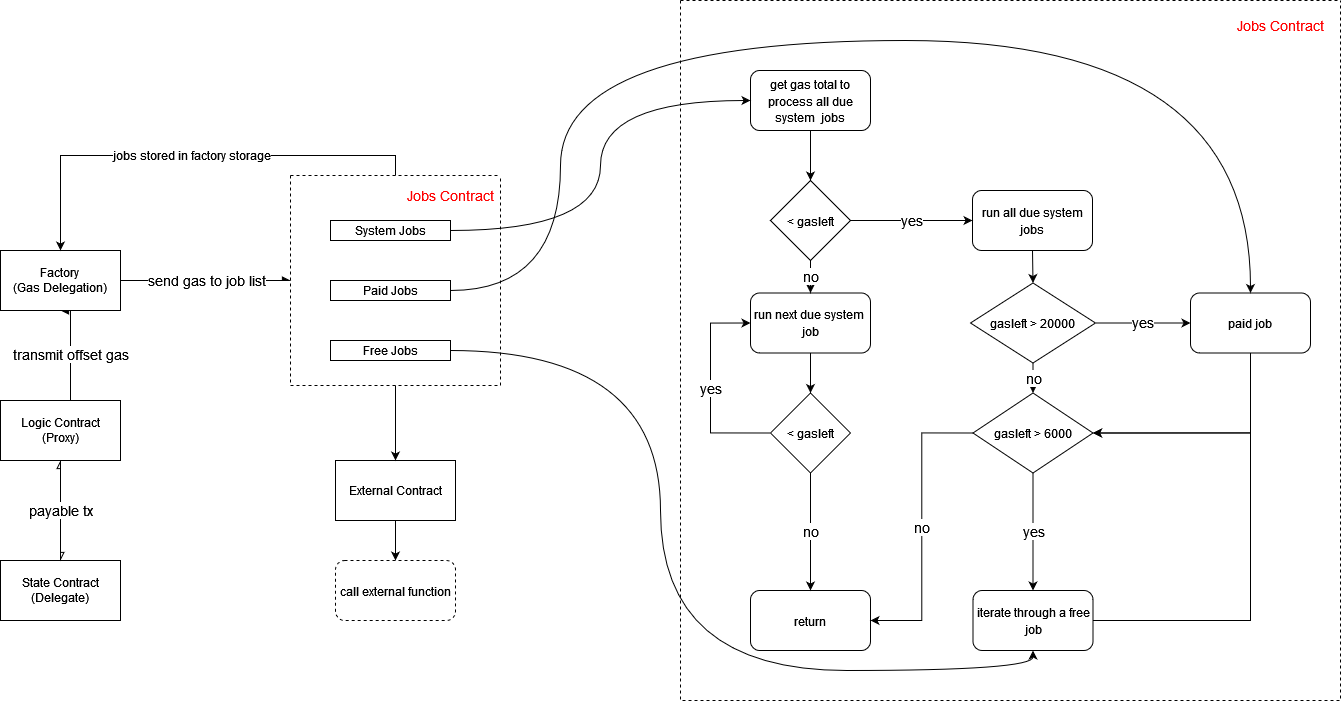
Above: projects/protocol/ll_demo/docs/Splice ISM.drawio.png in FudgyDRS/splice (draw.io), before the change. Source tidied: cells renumbered, new cells last; positions are measured from the earlier drawing's top-left corner, leaving out a move shared by most shapes. The source it was exported from:
```xml
<mxGraphModel>
  <root>
    <mxCell id="0" />
    <mxCell id="1" parent="0" />
    <mxCell id="2" style="swimlane;startSize=0;fontSize=14;fontColor=#000000;dashed=1;" parent="1" vertex="1">
      <mxGeometry x="680" width="660" height="700" as="geometry" />
    </mxCell>
    <mxCell id="3" value="&lt;font style=&quot;font-size: 12px;&quot;&gt;get gas total to process all due system&amp;nbsp; jobs&lt;/font&gt;" style="rounded=1;whiteSpace=wrap;html=1;fontSize=14;fontColor=#000000;" parent="2" vertex="1">
      <mxGeometry x="70" y="70" width="120" height="60" as="geometry" />
    </mxCell>
    <mxCell id="4" value="&lt;font style=&quot;font-size: 12px;&quot;&gt;&amp;lt; gasleft&lt;/font&gt;" style="rhombus;whiteSpace=wrap;html=1;fontSize=14;fontColor=#000000;" parent="2" vertex="1">
      <mxGeometry x="90" y="180" width="80" height="80" as="geometry" />
    </mxCell>
    <mxCell id="5" style="edgeStyle=orthogonalEdgeStyle;curved=1;rounded=0;sketch=0;jettySize=auto;html=1;exitX=0.5;exitY=1;exitDx=0;exitDy=0;entryX=0.5;entryY=0;entryDx=0;entryDy=0;fontSize=14;fontColor=#000000;endArrow=classic;endFill=1;" parent="2" edge="1" source="3" target="4">
      <mxGeometry relative="1" as="geometry" />
    </mxCell>
    <mxCell id="6" value="&lt;font style=&quot;font-size: 12px;&quot;&gt;run all due system jobs&lt;/font&gt;" style="rounded=1;whiteSpace=wrap;html=1;fontSize=14;fontColor=#000000;" parent="2" vertex="1">
      <mxGeometry x="292" y="190" width="120" height="60" as="geometry" />
    </mxCell>
    <mxCell id="7" value="yes" style="edgeStyle=orthogonalEdgeStyle;rounded=0;sketch=0;jettySize=auto;html=1;exitX=1;exitY=0.5;exitDx=0;exitDy=0;entryX=0;entryY=0.5;entryDx=0;entryDy=0;fontSize=14;fontColor=#000000;endArrow=classic;endFill=1;" parent="2" edge="1" source="4" target="6">
      <mxGeometry relative="1" as="geometry" />
    </mxCell>
    <mxCell id="8" value="&lt;font style=&quot;font-size: 12px;&quot;&gt;run next due system&amp;nbsp; job&lt;/font&gt;" style="rounded=1;whiteSpace=wrap;html=1;fontSize=14;fontColor=#000000;" parent="2" vertex="1">
      <mxGeometry x="70" y="292.5" width="120" height="60" as="geometry" />
    </mxCell>
    <mxCell id="9" value="no" style="edgeStyle=orthogonalEdgeStyle;rounded=0;sketch=0;jettySize=auto;html=1;exitX=0.5;exitY=1;exitDx=0;exitDy=0;entryX=0.5;entryY=0;entryDx=0;entryDy=0;fontSize=14;fontColor=#000000;endArrow=classic;endFill=1;" parent="2" edge="1" source="4" target="8">
      <mxGeometry relative="1" as="geometry" />
    </mxCell>
    <mxCell id="10" value="yes" style="edgeStyle=orthogonalEdgeStyle;rounded=0;sketch=0;jettySize=auto;html=1;exitX=0;exitY=0.5;exitDx=0;exitDy=0;entryX=0;entryY=0.5;entryDx=0;entryDy=0;fontSize=14;fontColor=#000000;endArrow=classic;endFill=1;" parent="2" edge="1" source="11" target="8">
      <mxGeometry relative="1" as="geometry">
        <Array as="points">
          <mxPoint x="30" y="432.5" />
          <mxPoint x="30" y="322.5" />
        </Array>
      </mxGeometry>
    </mxCell>
    <mxCell id="11" value="&lt;font style=&quot;font-size: 12px;&quot;&gt;&amp;lt; gasleft&lt;/font&gt;" style="rhombus;whiteSpace=wrap;html=1;fontSize=14;fontColor=#000000;" parent="2" vertex="1">
      <mxGeometry x="90" y="392.5" width="80" height="80" as="geometry" />
    </mxCell>
    <mxCell id="12" style="edgeStyle=orthogonalEdgeStyle;rounded=0;sketch=0;jettySize=auto;html=1;exitX=0.5;exitY=1;exitDx=0;exitDy=0;entryX=0.5;entryY=0;entryDx=0;entryDy=0;fontSize=14;fontColor=#000000;endArrow=classic;endFill=1;" parent="2" edge="1" source="8" target="11">
      <mxGeometry relative="1" as="geometry" />
    </mxCell>
    <mxCell id="13" value="&lt;font style=&quot;font-size: 12px;&quot;&gt;return&lt;/font&gt;" style="rounded=1;whiteSpace=wrap;html=1;fontSize=14;fontColor=#000000;" parent="2" vertex="1">
      <mxGeometry x="70" y="590" width="120" height="60" as="geometry" />
    </mxCell>
    <mxCell id="14" value="no" style="edgeStyle=orthogonalEdgeStyle;rounded=0;sketch=0;jettySize=auto;html=1;exitX=0.5;exitY=1;exitDx=0;exitDy=0;fontSize=14;fontColor=#000000;endArrow=classic;endFill=1;" parent="2" edge="1" source="11" target="13">
      <mxGeometry relative="1" as="geometry" />
    </mxCell>
    <mxCell id="15" value="&lt;font style=&quot;font-size: 12px;&quot;&gt;paid job&lt;/font&gt;" style="rounded=1;whiteSpace=wrap;html=1;fontSize=14;fontColor=#000000;" parent="2" vertex="1">
      <mxGeometry x="510" y="292.5" width="120" height="60" as="geometry" />
    </mxCell>
    <mxCell id="16" value="yes" style="edgeStyle=orthogonalEdgeStyle;rounded=0;sketch=0;jettySize=auto;html=1;exitX=1;exitY=0.5;exitDx=0;exitDy=0;entryX=0;entryY=0.5;entryDx=0;entryDy=0;fontSize=14;fontColor=#000000;endArrow=classic;endFill=1;" parent="2" edge="1" source="17" target="15">
      <mxGeometry relative="1" as="geometry" />
    </mxCell>
    <mxCell id="17" value="&lt;font style=&quot;font-size: 12px;&quot;&gt;gasleft &amp;gt; 20000&lt;/font&gt;" style="rhombus;whiteSpace=wrap;html=1;fontSize=14;fontColor=#000000;" parent="2" vertex="1">
      <mxGeometry x="290" y="282.5" width="125" height="80" as="geometry" />
    </mxCell>
    <mxCell id="18" style="edgeStyle=orthogonalEdgeStyle;rounded=0;sketch=0;jettySize=auto;html=1;exitX=0.5;exitY=1;exitDx=0;exitDy=0;entryX=0.5;entryY=0;entryDx=0;entryDy=0;fontSize=14;fontColor=#000000;endArrow=classic;endFill=1;" parent="2" edge="1" source="6" target="17">
      <mxGeometry relative="1" as="geometry" />
    </mxCell>
    <mxCell id="19" value="no" style="edgeStyle=orthogonalEdgeStyle;rounded=0;sketch=0;jettySize=auto;html=1;exitX=0;exitY=0.5;exitDx=0;exitDy=0;entryX=1;entryY=0.5;entryDx=0;entryDy=0;fontSize=14;fontColor=#000000;endArrow=classic;endFill=1;" parent="2" edge="1" source="20" target="13">
      <mxGeometry relative="1" as="geometry" />
    </mxCell>
    <mxCell id="20" value="&lt;font style=&quot;font-size: 12px;&quot;&gt;gasleft &amp;gt; 6000&lt;/font&gt;" style="rhombus;whiteSpace=wrap;html=1;fontSize=14;fontColor=#000000;" parent="2" vertex="1">
      <mxGeometry x="292.5" y="392.5" width="120" height="80" as="geometry" />
    </mxCell>
    <mxCell id="21" style="edgeStyle=orthogonalEdgeStyle;rounded=0;sketch=0;jettySize=auto;html=1;exitX=0.5;exitY=1;exitDx=0;exitDy=0;entryX=1;entryY=0.5;entryDx=0;entryDy=0;fontSize=14;fontColor=#000000;endArrow=classic;endFill=1;" parent="2" edge="1" source="15" target="20">
      <mxGeometry relative="1" as="geometry" />
    </mxCell>
    <mxCell id="22" value="no" style="edgeStyle=orthogonalEdgeStyle;rounded=0;sketch=0;jettySize=auto;html=1;exitX=0.5;exitY=1;exitDx=0;exitDy=0;entryX=0.5;entryY=0;entryDx=0;entryDy=0;fontSize=14;fontColor=#000000;endArrow=classic;endFill=1;" parent="2" edge="1" source="17" target="20">
      <mxGeometry relative="1" as="geometry" />
    </mxCell>
    <mxCell id="23" style="edgeStyle=orthogonalEdgeStyle;rounded=0;sketch=0;jettySize=auto;html=1;exitX=1;exitY=0.5;exitDx=0;exitDy=0;entryX=1;entryY=0.5;entryDx=0;entryDy=0;fontSize=14;fontColor=#000000;endArrow=classic;endFill=1;" parent="2" edge="1" source="24" target="20">
      <mxGeometry relative="1" as="geometry">
        <Array as="points">
          <mxPoint x="570" y="620" />
          <mxPoint x="570" y="432" />
        </Array>
      </mxGeometry>
    </mxCell>
    <mxCell id="24" value="&lt;font style=&quot;font-size: 12px;&quot;&gt;iterate through a free job&lt;/font&gt;" style="rounded=1;whiteSpace=wrap;html=1;fontSize=14;fontColor=#000000;" parent="2" vertex="1">
      <mxGeometry x="292.5" y="590" width="120" height="60" as="geometry" />
    </mxCell>
    <mxCell id="25" value="yes" style="edgeStyle=orthogonalEdgeStyle;rounded=0;sketch=0;jettySize=auto;html=1;exitX=0.5;exitY=1;exitDx=0;exitDy=0;entryX=0.5;entryY=0;entryDx=0;entryDy=0;fontSize=14;fontColor=#000000;endArrow=classic;endFill=1;" parent="2" edge="1" source="20" target="24">
      <mxGeometry relative="1" as="geometry" />
    </mxCell>
    <mxCell id="26" value="&lt;font style=&quot;font-size: 14px;&quot; color=&quot;#ff0000&quot;&gt;Jobs Contract&lt;/font&gt;" style="text;html=1;strokeColor=none;fillColor=none;align=center;verticalAlign=middle;whiteSpace=wrap;rounded=0;" parent="2" vertex="1">
      <mxGeometry x="550" y="10" width="100" height="30" as="geometry" />
    </mxCell>
    <mxCell id="27" style="edgeStyle=none;rounded=0;sketch=0;jettySize=auto;html=1;exitX=0.5;exitY=0;exitDx=0;exitDy=0;entryX=0.5;entryY=1;entryDx=0;entryDy=0;fontSize=14;fontColor=#000000;endArrow=async;endFill=0;" parent="1" edge="1" source="28" target="31">
      <mxGeometry relative="1" as="geometry" />
    </mxCell>
    <mxCell id="28" value="&lt;div&gt;State Contract&lt;/div&gt;(Delegate)" style="rounded=0;whiteSpace=wrap;html=1;" parent="1" vertex="1">
      <mxGeometry y="560" width="120" height="60" as="geometry" />
    </mxCell>
    <mxCell id="29" value="&lt;font style=&quot;font-size: 14px;&quot;&gt;transmit offset gas&lt;/font&gt;" style="edgeStyle=orthogonalEdgeStyle;rounded=0;sketch=0;jettySize=auto;html=1;exitX=0.5;exitY=0;exitDx=0;exitDy=0;entryX=0.5;entryY=1;entryDx=0;entryDy=0;endArrow=async;endFill=1;" parent="1" edge="1" source="31" target="35">
      <mxGeometry relative="1" as="geometry">
        <Array as="points">
          <mxPoint x="70" y="400" />
          <mxPoint x="70" y="310" />
        </Array>
      </mxGeometry>
    </mxCell>
    <mxCell id="30" value="&lt;font style=&quot;font-size: 14px;&quot;&gt;payable tx&lt;/font&gt;" style="edgeStyle=none;rounded=0;sketch=0;jettySize=auto;html=1;exitX=0.5;exitY=1;exitDx=0;exitDy=0;entryX=0.5;entryY=0;entryDx=0;entryDy=0;fontSize=14;fontColor=#000000;endArrow=async;endFill=0;" parent="1" edge="1" source="31" target="28">
      <mxGeometry relative="1" as="geometry" />
    </mxCell>
    <mxCell id="31" value="&lt;div&gt;Logic Contract&lt;/div&gt;(Proxy)" style="rounded=0;whiteSpace=wrap;html=1;" parent="1" vertex="1">
      <mxGeometry y="400" width="120" height="60" as="geometry" />
    </mxCell>
    <mxCell id="32" style="edgeStyle=none;rounded=0;sketch=0;jettySize=auto;html=1;exitX=0.5;exitY=1;exitDx=0;exitDy=0;entryX=0.5;entryY=0;entryDx=0;entryDy=0;fontSize=14;fontColor=#000000;endArrow=classic;endFill=1;" parent="1" edge="1" source="33" target="46">
      <mxGeometry relative="1" as="geometry" />
    </mxCell>
    <mxCell id="33" value="External Contract" style="rounded=0;whiteSpace=wrap;html=1;" parent="1" vertex="1">
      <mxGeometry x="335" y="460" width="120" height="60" as="geometry" />
    </mxCell>
    <mxCell id="34" value="&lt;font style=&quot;font-size: 14px;&quot;&gt;send gas to job list&lt;/font&gt;" style="edgeStyle=orthogonalEdgeStyle;rounded=0;sketch=0;jettySize=auto;html=1;exitX=1;exitY=0.5;exitDx=0;exitDy=0;endArrow=async;endFill=1;" parent="1" edge="1" source="35" target="44">
      <mxGeometry relative="1" as="geometry" />
    </mxCell>
    <mxCell id="35" value="Factory&lt;br&gt;&lt;div&gt;(Gas Delegation)&lt;/div&gt;" style="rounded=0;whiteSpace=wrap;html=1;" parent="1" vertex="1">
      <mxGeometry y="250" width="120" height="60" as="geometry" />
    </mxCell>
    <mxCell id="36" style="edgeStyle=orthogonalEdgeStyle;rounded=0;sketch=0;jettySize=auto;html=1;exitX=1;exitY=0.5;exitDx=0;exitDy=0;entryX=0;entryY=0.5;entryDx=0;entryDy=0;fontSize=14;fontColor=#000000;endArrow=classic;endFill=1;curved=1;" parent="1" edge="1" source="37" target="3">
      <mxGeometry relative="1" as="geometry" />
    </mxCell>
    <mxCell id="37" value="System Jobs" style="rounded=0;whiteSpace=wrap;html=1;" parent="1" vertex="1">
      <mxGeometry x="330" y="220" width="120" height="20" as="geometry" />
    </mxCell>
    <mxCell id="38" style="edgeStyle=orthogonalEdgeStyle;curved=1;rounded=0;sketch=0;jettySize=auto;html=1;exitX=1;exitY=0.5;exitDx=0;exitDy=0;entryX=0.5;entryY=0;entryDx=0;entryDy=0;fontSize=14;fontColor=#000000;endArrow=classic;endFill=1;" parent="1" edge="1" source="39" target="15">
      <mxGeometry relative="1" as="geometry">
        <Array as="points">
          <mxPoint x="560" y="290" />
          <mxPoint x="560" y="40" />
          <mxPoint x="1250" y="40" />
        </Array>
      </mxGeometry>
    </mxCell>
    <mxCell id="39" value="Paid Jobs" style="rounded=0;whiteSpace=wrap;html=1;" parent="1" vertex="1">
      <mxGeometry x="330" y="280" width="120" height="20" as="geometry" />
    </mxCell>
    <mxCell id="40" style="edgeStyle=orthogonalEdgeStyle;curved=1;rounded=0;sketch=0;jettySize=auto;html=1;exitX=1;exitY=0.5;exitDx=0;exitDy=0;entryX=0.5;entryY=1;entryDx=0;entryDy=0;fontSize=14;fontColor=#000000;endArrow=classic;endFill=1;" parent="1" edge="1" source="41" target="24">
      <mxGeometry relative="1" as="geometry">
        <Array as="points">
          <mxPoint x="660" y="350" />
          <mxPoint x="660" y="670" />
          <mxPoint x="1033" y="670" />
        </Array>
      </mxGeometry>
    </mxCell>
    <mxCell id="41" value="Free Jobs" style="rounded=0;whiteSpace=wrap;html=1;" parent="1" vertex="1">
      <mxGeometry x="330" y="340" width="120" height="20" as="geometry" />
    </mxCell>
    <mxCell id="42" style="rounded=0;sketch=0;jettySize=auto;html=1;exitX=0.5;exitY=1;exitDx=0;exitDy=0;fontSize=14;fontColor=#000000;endArrow=classic;endFill=1;" parent="1" edge="1" source="44" target="33">
      <mxGeometry relative="1" as="geometry" />
    </mxCell>
    <mxCell id="43" value="jobs stored in factory storage" style="edgeStyle=orthogonalEdgeStyle;rounded=0;sketch=0;jettySize=auto;html=1;exitX=0.5;exitY=0;exitDx=0;exitDy=0;entryX=0.5;entryY=0;entryDx=0;entryDy=0;fontSize=12;fontColor=#000000;endArrow=classic;endFill=1;" parent="1" edge="1" source="44" target="35">
      <mxGeometry relative="1" as="geometry" />
    </mxCell>
    <mxCell id="44" style="swimlane;startSize=0;dashed=1;" parent="1" vertex="1">
      <mxGeometry x="290" y="175" width="210" height="210" as="geometry" />
    </mxCell>
    <mxCell id="45" value="&lt;font style=&quot;font-size: 14px;&quot; color=&quot;#ff0000&quot;&gt;Jobs Contract&lt;/font&gt;" style="text;html=1;strokeColor=none;fillColor=none;align=center;verticalAlign=middle;whiteSpace=wrap;rounded=0;" parent="44" vertex="1">
      <mxGeometry x="110" y="5" width="100" height="30" as="geometry" />
    </mxCell>
    <mxCell id="46" value="&lt;font style=&quot;font-size: 12px;&quot;&gt;call external function&lt;/font&gt;" style="rounded=1;whiteSpace=wrap;html=1;dashed=1;fontSize=14;fontColor=#000000;" parent="1" vertex="1">
      <mxGeometry x="335" y="560" width="120" height="60" as="geometry" />
    </mxCell>
  </root>
</mxGraphModel>
```
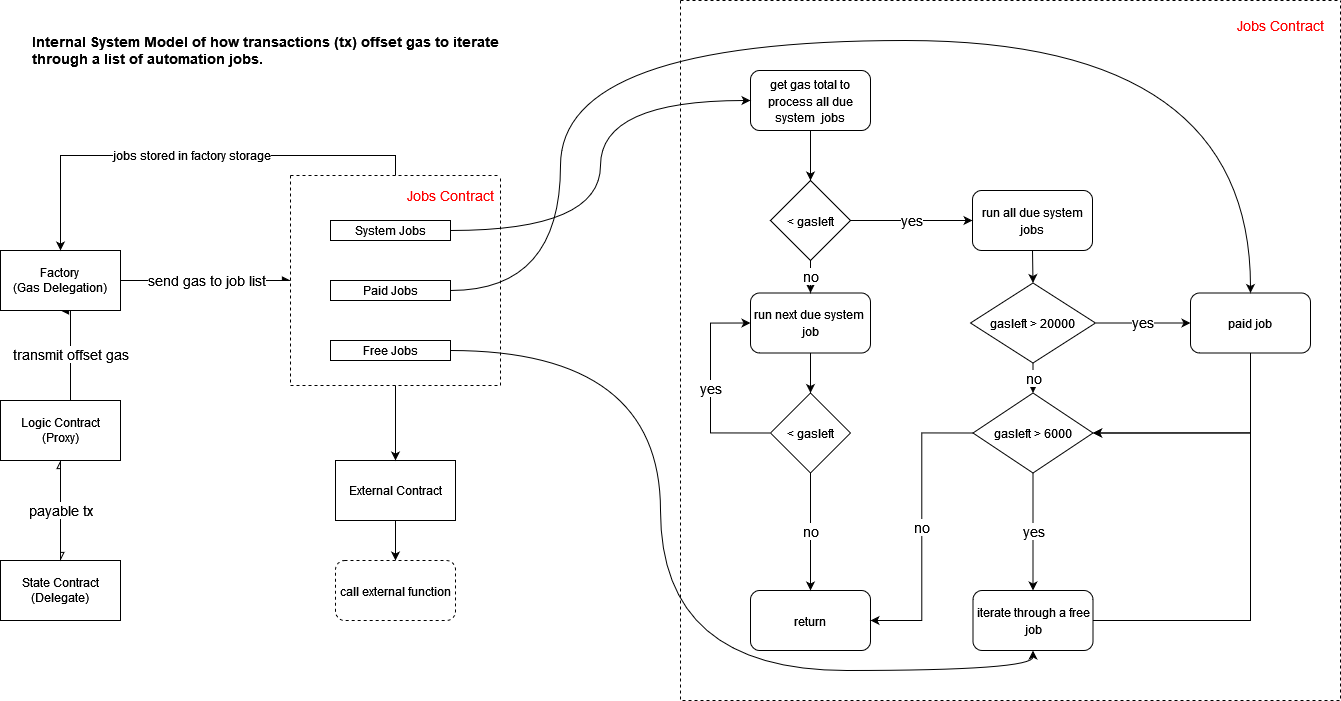
Later version of the same file.

Change to the diagram source:
```diff
@@ -164,5 +164,8 @@
     <mxCell id="46" value="&lt;font style=&quot;font-size: 12px;&quot;&gt;call external function&lt;/font&gt;" style="rounded=1;whiteSpace=wrap;html=1;dashed=1;fontSize=14;fontColor=#000000;" parent="1" vertex="1">
       <mxGeometry x="335" y="560" width="120" height="60" as="geometry" />
     </mxCell>
+    <mxCell id="47" value="&lt;div align=&quot;left&quot;&gt;&lt;b&gt;&lt;font style=&quot;font-size: 14px;&quot;&gt;Internal System Model of how transactions (tx) offset gas to iterate through a list of automation jobs.&lt;/font&gt;&lt;/b&gt;&lt;br&gt;&lt;/div&gt;" style="text;html=1;strokeColor=none;fillColor=none;align=left;verticalAlign=middle;whiteSpace=wrap;rounded=0;fontSize=12;fontColor=#000000;" parent="1" vertex="1">
+      <mxGeometry x="30" width="470" height="100" as="geometry" />
+    </mxCell>
   </root>
 </mxGraphModel>
```
